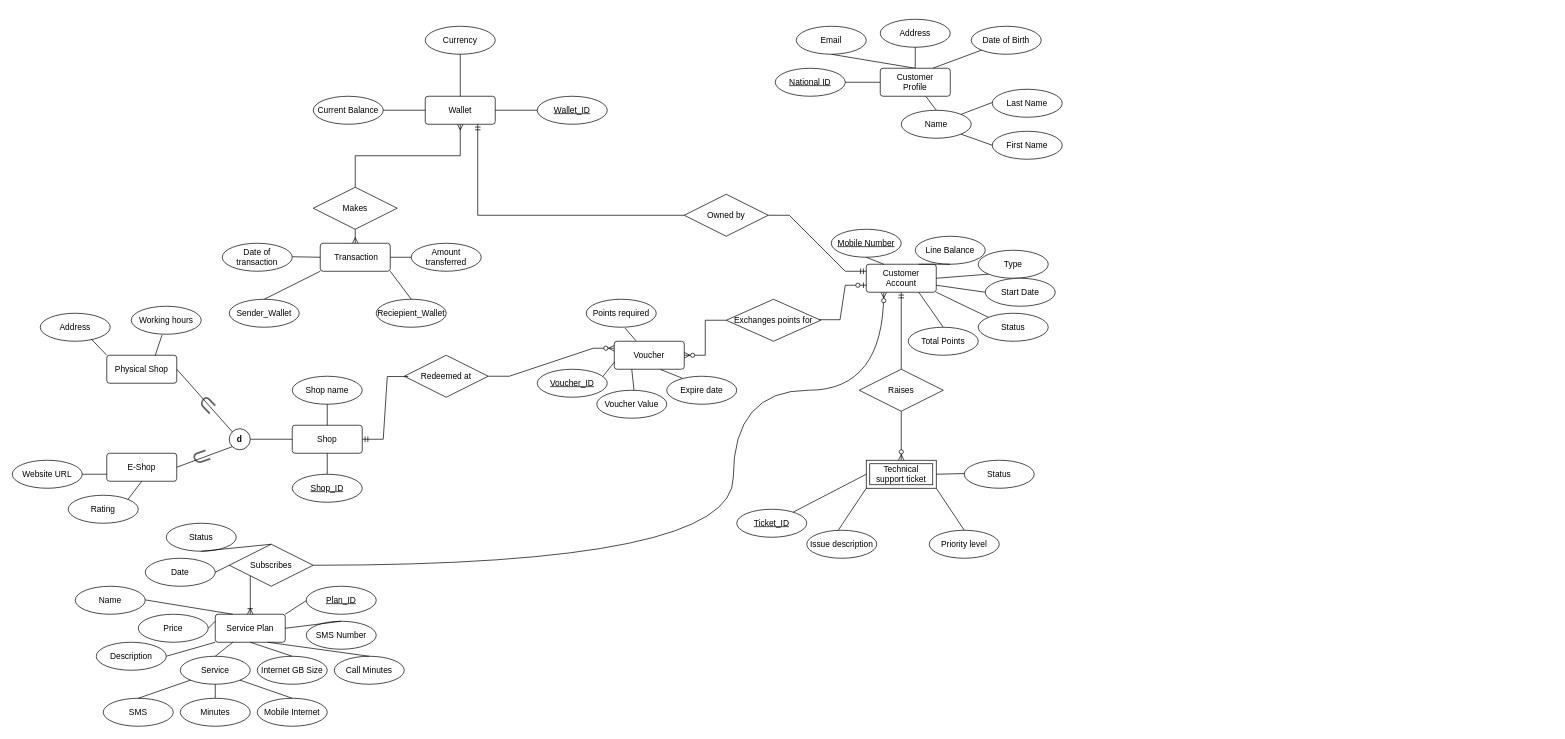
Above: Untitled Diagram.drawio in itsfadymate/Customer-Data-Management-System (draw.io), before the change. Source tidied: cells renumbered, new cells numbered last; positions are measured from the earlier drawing's top-left corner, leaving out a move shared by most shapes. Both pictures are drawn from the tidied source at 70%, with x=0, y=0 at pixel (12, 19).
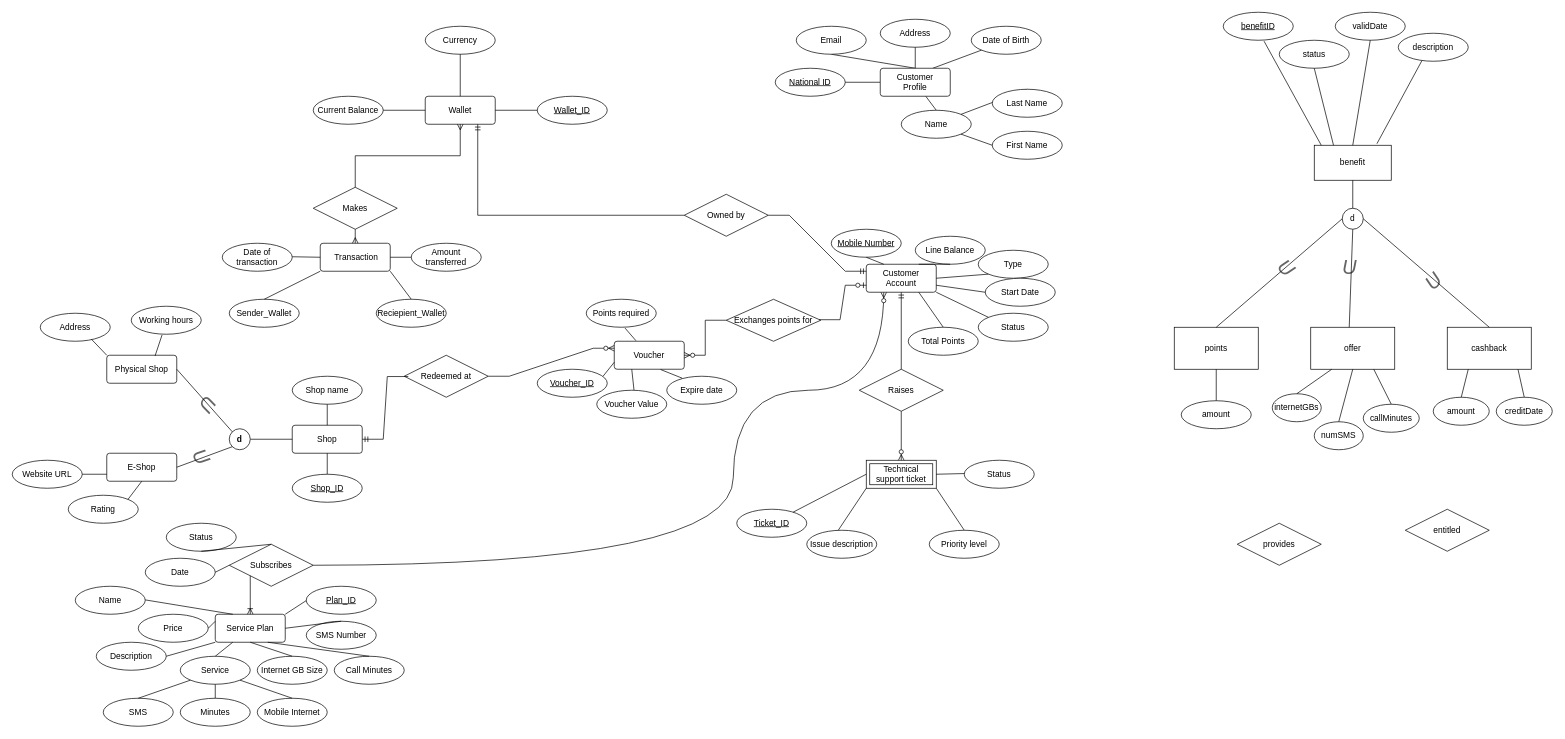
The same diagram, later.

Commit message:
added benefit diagram and subdiagrams, relationships unifinished

Diff of the diagram source:
```diff
@@
+    <mxCell id="133" value="benefit" style="rounded=0;whiteSpace=wrap;html=1;" parent="1" vertex="1">
+      <mxGeometry x="1860" y="180" width="110" height="50" as="geometry" />
+    </mxCell>
+    <mxCell id="134" value="points" style="rounded=0;whiteSpace=wrap;html=1;" parent="1" vertex="1">
+      <mxGeometry x="1660" y="440" width="120" height="60" as="geometry" />
+    </mxCell>
+    <mxCell id="135" value="offer" style="rounded=0;whiteSpace=wrap;html=1;" parent="1" vertex="1">
+      <mxGeometry x="1855" y="440" width="120" height="60" as="geometry" />
+    </mxCell>
+    <mxCell id="136" value="cashback" style="rounded=0;whiteSpace=wrap;html=1;" parent="1" vertex="1">
+      <mxGeometry x="2050" y="440" width="120" height="60" as="geometry" />
+    </mxCell>
+    <mxCell id="137" value="status" style="ellipse;whiteSpace=wrap;html=1;align=center;" parent="1" vertex="1">
+      <mxGeometry x="1810" y="30" width="100" height="40" as="geometry" />
+    </mxCell>
+    <mxCell id="138" value="validDate" style="ellipse;whiteSpace=wrap;html=1;align=center;" parent="1" vertex="1">
+      <mxGeometry x="1890" y="-10" width="100" height="40" as="geometry" />
+    </mxCell>
+    <mxCell id="139" value="description" style="ellipse;whiteSpace=wrap;html=1;align=center;" parent="1" vertex="1">
+      <mxGeometry x="1980" y="20" width="100" height="40" as="geometry" />
+    </mxCell>
+    <mxCell id="140" style="edgeStyle=orthogonalEdgeStyle;rounded=0;orthogonalLoop=1;jettySize=auto;html=1;exitX=0.5;exitY=1;exitDx=0;exitDy=0;" parent="1" edge="1">
+      <mxGeometry relative="1" as="geometry">
+        <mxPoint x="1700" y="50" as="sourcePoint" />
+        <mxPoint x="1700" y="50" as="targetPoint" />
+      </mxGeometry>
+    </mxCell>
+    <mxCell id="141" value="benefitID" style="ellipse;whiteSpace=wrap;html=1;align=center;fontStyle=4;" parent="1" vertex="1">
+      <mxGeometry x="1730" y="-10" width="100" height="40" as="geometry" />
+    </mxCell>
+    <mxCell id="142" style="endArrow=none;html=1;rounded=0;entryX=0.091;entryY=0;entryDx=0;entryDy=0;exitX=0.583;exitY=1.033;exitDx=0;exitDy=0;exitPerimeter=0;entryPerimeter=0;" parent="1" edge="1" source="141" target="133">
+      <mxGeometry relative="1" as="geometry">
+        <Array as="points">
+          <mxPoint x="1870" y="180" />
+        </Array>
+      </mxGeometry>
+    </mxCell>
+    <mxCell id="143" style="endArrow=none;html=1;rounded=0;entryX=0.814;entryY=-0.044;entryDx=0;entryDy=0;exitX=0.337;exitY=0.983;exitDx=0;exitDy=0;exitPerimeter=0;entryPerimeter=0;" parent="1" edge="1" source="139" target="133">
+      <mxGeometry relative="1" as="geometry" />
+    </mxCell>
+    <mxCell id="144" style="endArrow=none;html=1;rounded=0;entryX=0.5;entryY=0;entryDx=0;entryDy=0;exitX=0.5;exitY=1;exitDx=0;exitDy=0;" parent="1" edge="1" source="138" target="133">
+      <mxGeometry relative="1" as="geometry" />
+    </mxCell>
+    <mxCell id="145" style="endArrow=none;html=1;rounded=0;entryX=0.25;entryY=0;entryDx=0;entryDy=0;exitX=0.5;exitY=1;exitDx=0;exitDy=0;" parent="1" edge="1" source="137" target="133">
+      <mxGeometry relative="1" as="geometry" />
+    </mxCell>
+    <mxCell id="146" value="d" style="ellipse;whiteSpace=wrap;html=1;" parent="1" vertex="1">
+      <mxGeometry x="1900" y="270" width="30" height="30" as="geometry" />
+    </mxCell>
+    <mxCell id="147" style="endArrow=none;html=1;rounded=0;entryX=0.5;entryY=0;entryDx=0;entryDy=0;exitX=0.5;exitY=1;exitDx=0;exitDy=0;" parent="1" edge="1" source="133" target="146">
+      <mxGeometry relative="1" as="geometry" />
+    </mxCell>
+    <mxCell id="148" style="endArrow=none;html=1;rounded=0;entryX=0;entryY=0.5;entryDx=0;entryDy=0;exitX=0.5;exitY=0;exitDx=0;exitDy=0;" parent="1" edge="1" source="134" target="146">
+      <mxGeometry relative="1" as="geometry" />
+    </mxCell>
+    <mxCell id="149" style="endArrow=none;html=1;rounded=0;entryX=0.5;entryY=1;entryDx=0;entryDy=0;exitX=0.458;exitY=0;exitDx=0;exitDy=0;exitPerimeter=0;" parent="1" edge="1" source="135" target="146">
+      <mxGeometry relative="1" as="geometry" />
+    </mxCell>
+    <mxCell id="150" style="endArrow=none;html=1;rounded=0;entryX=1;entryY=0.5;entryDx=0;entryDy=0;exitX=0.5;exitY=0;exitDx=0;exitDy=0;" parent="1" edge="1" source="136" target="146">
+      <mxGeometry relative="1" as="geometry" />
+    </mxCell>
+    <mxCell id="151" value="creditDate" style="ellipse;whiteSpace=wrap;html=1;align=center;" parent="1" vertex="1">
+      <mxGeometry x="2120" y="540" width="80" height="40" as="geometry" />
+    </mxCell>
+    <mxCell id="152" value="amount" style="ellipse;whiteSpace=wrap;html=1;align=center;" parent="1" vertex="1">
+      <mxGeometry x="2030" y="540" width="80" height="40" as="geometry" />
+    </mxCell>
+    <mxCell id="153" value="amount" style="ellipse;whiteSpace=wrap;html=1;align=center;" parent="1" vertex="1">
+      <mxGeometry x="1670" y="545" width="100" height="40" as="geometry" />
+    </mxCell>
+    <mxCell id="154" style="endArrow=none;html=1;rounded=0;entryX=0.5;entryY=1;entryDx=0;entryDy=0;exitX=0.5;exitY=0;exitDx=0;exitDy=0;" parent="1" edge="1" source="153" target="134">
+      <mxGeometry relative="1" as="geometry" />
+    </mxCell>
+    <mxCell id="155" style="endArrow=none;html=1;rounded=0;entryX=0.25;entryY=1;entryDx=0;entryDy=0;exitX=0.5;exitY=0;exitDx=0;exitDy=0;" parent="1" edge="1" source="152" target="136">
+      <mxGeometry relative="1" as="geometry" />
+    </mxCell>
+    <mxCell id="156" style="endArrow=none;html=1;rounded=0;entryX=0.842;entryY=1.001;entryDx=0;entryDy=0;entryPerimeter=0;exitX=0.5;exitY=0;exitDx=0;exitDy=0;" parent="1" edge="1" source="151" target="136">
+      <mxGeometry relative="1" as="geometry" />
+    </mxCell>
+    <mxCell id="157" value="callMinutes" style="ellipse;whiteSpace=wrap;html=1;align=center;" parent="1" vertex="1">
+      <mxGeometry x="1930" y="550" width="80" height="40" as="geometry" />
+    </mxCell>
+    <mxCell id="158" value="numSMS" style="ellipse;whiteSpace=wrap;html=1;align=center;" parent="1" vertex="1">
+      <mxGeometry x="1860" y="575" width="70" height="40" as="geometry" />
+    </mxCell>
+    <mxCell id="159" value="internetGBs" style="ellipse;whiteSpace=wrap;html=1;align=center;" parent="1" vertex="1">
+      <mxGeometry x="1800" y="535" width="70" height="40" as="geometry" />
+    </mxCell>
+    <mxCell id="160" style="endArrow=none;html=1;rounded=0;entryX=0.75;entryY=1;entryDx=0;entryDy=0;exitX=0.5;exitY=0;exitDx=0;exitDy=0;" parent="1" edge="1" source="157" target="135">
+      <mxGeometry relative="1" as="geometry" />
+    </mxCell>
+    <mxCell id="161" style="endArrow=none;html=1;rounded=0;entryX=0.5;entryY=1;entryDx=0;entryDy=0;exitX=0.5;exitY=0;exitDx=0;exitDy=0;" parent="1" edge="1" source="158" target="135">
+      <mxGeometry relative="1" as="geometry" />
+    </mxCell>
+    <mxCell id="162" style="endArrow=none;html=1;rounded=0;entryX=0.25;entryY=1;entryDx=0;entryDy=0;exitX=0.5;exitY=0;exitDx=0;exitDy=0;" parent="1" edge="1" source="159" target="135">
+      <mxGeometry relative="1" as="geometry" />
+    </mxCell>
+    <mxCell id="163" value="&lt;i style=&quot;font-size: 29px;&quot;&gt;U&lt;/i&gt;" style="text;html=1;align=center;verticalAlign=middle;strokeColor=none;fillColor=none;rotation=0;fontSize=29;fontFamily=Helvetica;textOpacity=60;spacing=2;" parent="1" vertex="1">
+      <mxGeometry x="1890" y="330" width="40" height="50" as="geometry" />
+    </mxCell>
+    <mxCell id="164" value="&lt;i style=&quot;font-size: 29px;&quot;&gt;U&lt;/i&gt;" style="text;html=1;align=center;verticalAlign=middle;strokeColor=none;fillColor=none;rotation=45;fontSize=29;fontFamily=Helvetica;textOpacity=60;spacing=2;" parent="1" vertex="1">
+      <mxGeometry x="1800" y="330" width="40" height="50" as="geometry" />
+    </mxCell>
+    <mxCell id="165" value="&lt;i style=&quot;font-size: 29px;&quot;&gt;U&lt;/i&gt;" style="text;html=1;align=center;verticalAlign=middle;strokeColor=none;fillColor=none;rotation=-45;fontSize=29;fontFamily=Helvetica;textOpacity=60;spacing=2;" parent="1" vertex="1">
+      <mxGeometry x="2010" y="350" width="40" height="50" as="geometry" />
+    </mxCell>
+    <mxCell id="166" value="entitled" style="shape=rhombus;perimeter=rhombusPerimeter;whiteSpace=wrap;html=1;align=center;" parent="1" vertex="1">
+      <mxGeometry x="1990" y="700" width="120" height="60" as="geometry" />
+    </mxCell>
+    <mxCell id="167" value="provides" style="shape=rhombus;perimeter=rhombusPerimeter;whiteSpace=wrap;html=1;align=center;" parent="1" vertex="1">
+      <mxGeometry x="1750" y="720" width="120" height="60" as="geometry" />
+    </mxCell>
+    <mxCell id="168" style="ellipse;whiteSpace=wrap;html=1;align=center;fillColor=none;strokeColor=none;perimeter=centerPerimeter;" parent="1" vertex="1">
+      <mxGeometry x="1600" y="615" width="10" height="10" as="geometry" />
+    </mxCell>
```
